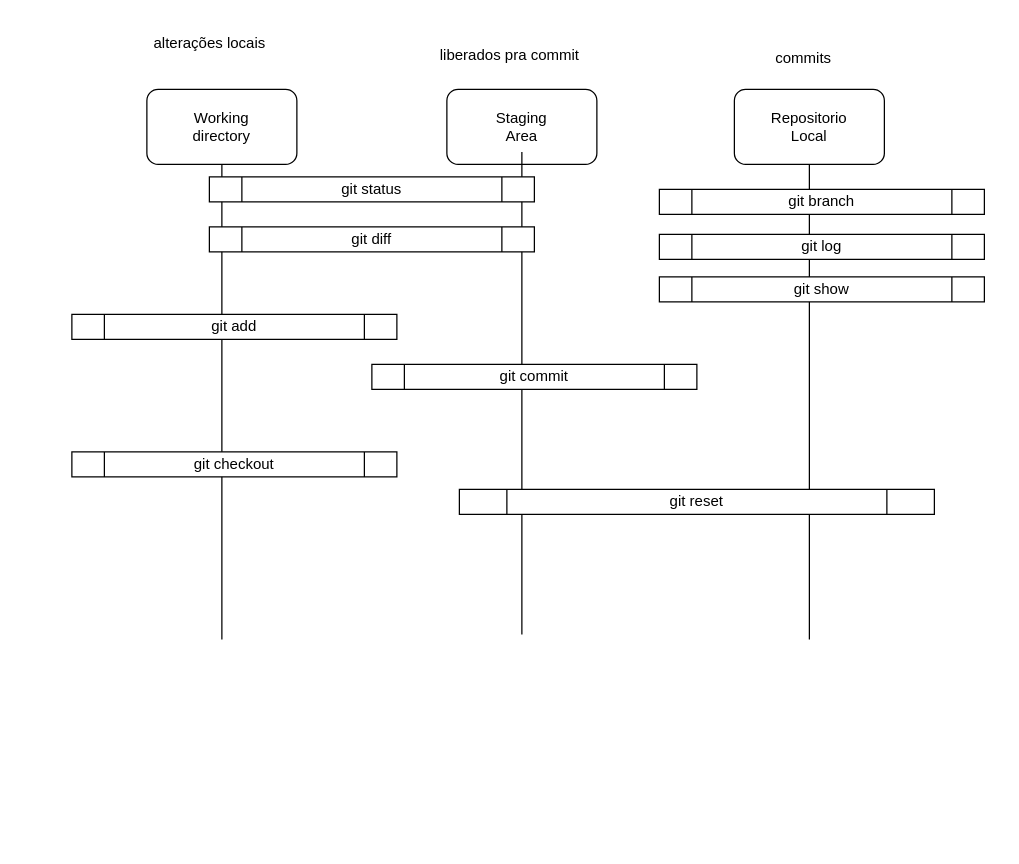
Before: docs/git.drawio in romulolara/poc-cadastro-livros, a draw.io diagram. Source tidied: cells renumbered, new cells numbered last; positions are measured from the earlier drawing's top-left corner, leaving out a move shared by most shapes. Both pictures are drawn from the tidied source at 125%, with x=0, y=0 at pixel (71, 24).
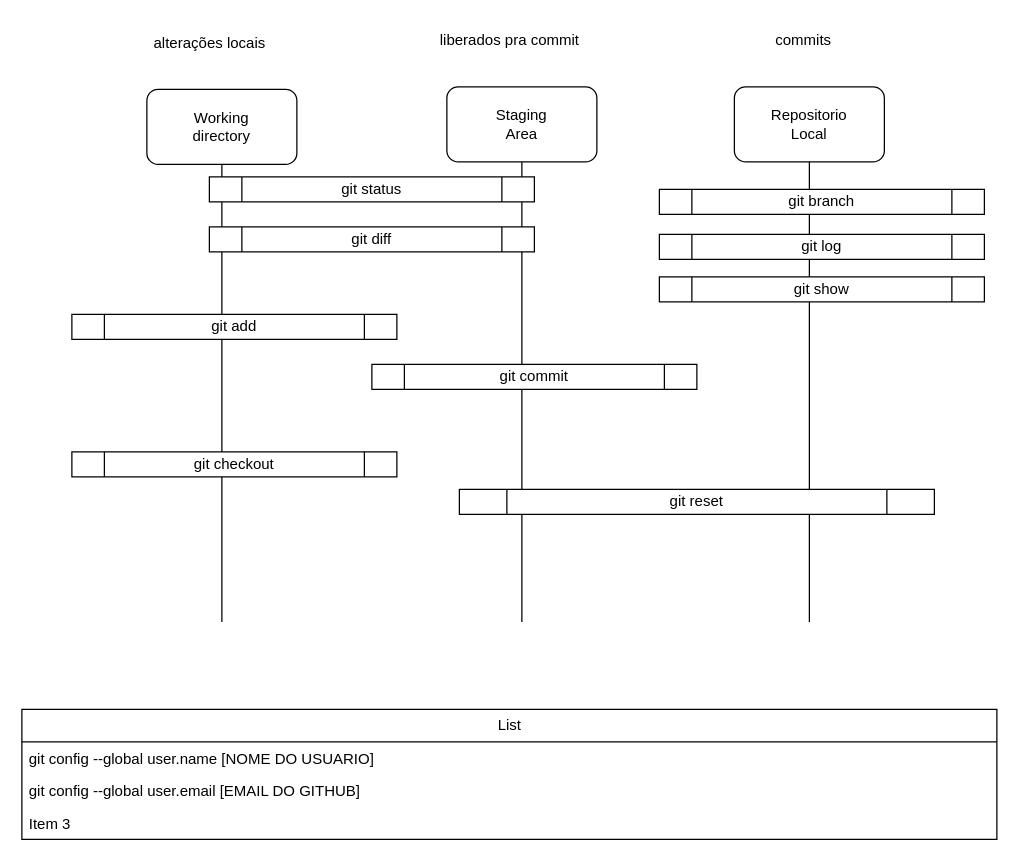
Above is the later version.

Commit message:
doc git alterado

The change refers to these unchanged cells:
```xml
<mxCell id="4" value="Working&lt;br&gt;directory" style="rounded=1;whiteSpace=wrap;html=1;" parent="1" vertex="1">
  <mxGeometry x="60" y="52" width="120" height="60" as="geometry" />
</mxCell>
```

What changed in the source:
```diff
@@
     <mxCell id="2" value="Repositorio&lt;br&gt;Local" style="rounded=1;whiteSpace=wrap;html=1;" parent="1" vertex="1">
-      <mxGeometry x="530" y="52" width="120" height="60" as="geometry" />
+      <mxGeometry x="530" y="50" width="120" height="60" as="geometry" />
     </mxCell>
     <mxCell id="3" value="Staging&lt;br&gt;Area" style="rounded=1;whiteSpace=wrap;html=1;" parent="1" vertex="1">
-      <mxGeometry x="300" y="52" width="120" height="60" as="geometry" />
+      <mxGeometry x="300" y="50" width="120" height="60" as="geometry" />
     </mxCell>
@@
     <mxCell id="5" style="endArrow=none;html=1;entryX=0.5;entryY=1;entryDx=0;entryDy=0;" parent="1" edge="1" target="4">
       <mxGeometry relative="1" as="geometry">
-        <mxPoint x="120" y="492" as="sourcePoint" />
+        <mxPoint x="120" y="478" as="sourcePoint" />
       </mxGeometry>
     </mxCell>
-    <mxCell id="6" style="endArrow=none;html=1;entryX=0.5;entryY=1;entryDx=0;entryDy=0;" parent="1" edge="1">
+    <mxCell id="6" style="endArrow=none;html=1;entryX=0.5;entryY=1;entryDx=0;entryDy=0;" parent="1" edge="1" target="3">
       <mxGeometry relative="1" as="geometry">
-        <mxPoint x="360" y="488" as="sourcePoint" />
-        <mxPoint x="360" y="102" as="targetPoint" />
+        <mxPoint x="360" y="478" as="sourcePoint" />
       </mxGeometry>
     </mxCell>
     <mxCell id="7" style="endArrow=none;html=1;entryX=0.5;entryY=1;entryDx=0;entryDy=0;" parent="1" edge="1" target="2">
       <mxGeometry relative="1" as="geometry">
-        <mxPoint x="590" y="492" as="sourcePoint" />
+        <mxPoint x="590" y="478" as="sourcePoint" />
       </mxGeometry>
     </mxCell>
     <mxCell id="8" value="commits" style="text;html=1;align=center;verticalAlign=middle;strokeColor=none;fillColor=none;" parent="1" vertex="1">
-      <mxGeometry x="550" y="12" width="70" height="30" as="geometry" />
+      <mxGeometry x="550" y="-2" width="70" height="30" as="geometry" />
     </mxCell>
     <mxCell id="9" value="liberados pra commit" style="text;html=1;align=center;verticalAlign=middle;strokeColor=none;fillColor=none;" parent="1" vertex="1">
-      <mxGeometry x="285" y="10" width="130" height="30" as="geometry" />
+      <mxGeometry x="285" y="-2" width="130" height="30" as="geometry" />
     </mxCell>
@@
+    <mxCell id="20" value="List" style="swimlane;fontStyle=0;horizontal=1;startSize=26;fillColor=none;html=1;" parent="1" vertex="1">
+      <mxGeometry x="-40" y="548" width="780" height="104" as="geometry" />
+    </mxCell>
+    <mxCell id="21" value="git config --global user.name [NOME DO USUARIO]" style="text;strokeColor=none;fillColor=none;align=left;verticalAlign=top;spacingLeft=4;spacingRight=4;overflow=hidden;whiteSpace=wrap;html=1;" parent="20" vertex="1">
+      <mxGeometry y="26" width="780" height="26" as="geometry" />
+    </mxCell>
+    <mxCell id="22" value="git config --global user.email [EMAIL DO GITHUB]" style="text;strokeColor=none;fillColor=none;align=left;verticalAlign=top;spacingLeft=4;spacingRight=4;overflow=hidden;whiteSpace=wrap;html=1;" parent="20" vertex="1">
+      <mxGeometry y="52" width="780" height="26" as="geometry" />
+    </mxCell>
+    <mxCell id="23" value="Item 3" style="text;strokeColor=none;fillColor=none;align=left;verticalAlign=top;spacingLeft=4;spacingRight=4;overflow=hidden;whiteSpace=wrap;html=1;" parent="20" vertex="1">
+      <mxGeometry y="78" width="780" height="26" as="geometry" />
+    </mxCell>
```
